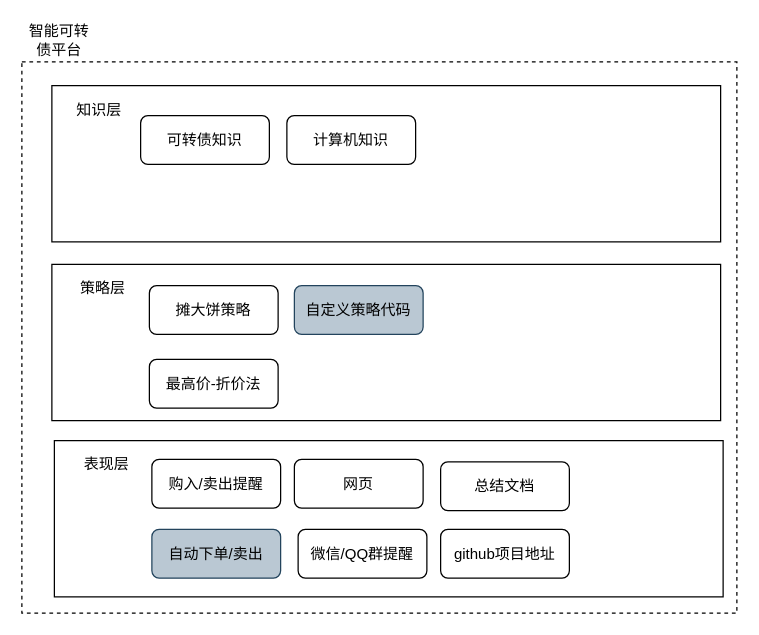
ZGarry/kezhuanzhai keeps this draw.io diagram as page "第 1 页" (1 of 2) of 数字化研究可转债项目.drawio. Above is the earlier version. Source tidied: cells renumbered, new cells numbered last; positions are measured from the earlier drawing's top-left corner, leaving out a move shared by most shapes. Both pictures are drawn from the tidied source at 125%, with x=0, y=0 at pixel (21, 21).
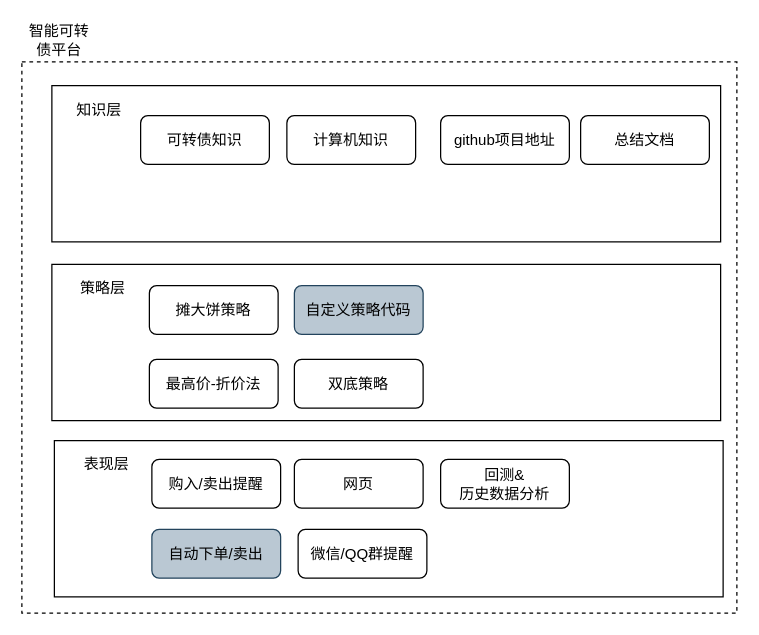
Above is the later version.

The edit, as a diff of the source:
```diff
@@
     <mxCell id="19" value="总结文档" style="rounded=1;whiteSpace=wrap;html=1;" parent="1" vertex="1">
-      <mxGeometry x="335" y="352" width="103" height="39" as="geometry" />
+      <mxGeometry x="447" y="75" width="103" height="39" as="geometry" />
     </mxCell>
     <mxCell id="20" value="github项目地址" style="rounded=1;whiteSpace=wrap;html=1;" parent="1" vertex="1">
-      <mxGeometry x="335" y="406" width="103" height="39" as="geometry" />
+      <mxGeometry x="335" y="75" width="103" height="39" as="geometry" />
     </mxCell>
+    <mxCell id="21" value="双底策略" style="rounded=1;whiteSpace=wrap;html=1;" parent="1" vertex="1">
+      <mxGeometry x="218" y="270" width="103" height="39" as="geometry" />
+    </mxCell>
+    <mxCell id="22" value="回测&amp;amp;&lt;br&gt;历史数据分析" style="rounded=1;whiteSpace=wrap;html=1;" parent="1" vertex="1">
+      <mxGeometry x="335" y="350" width="103" height="39" as="geometry" />
+    </mxCell>
```
